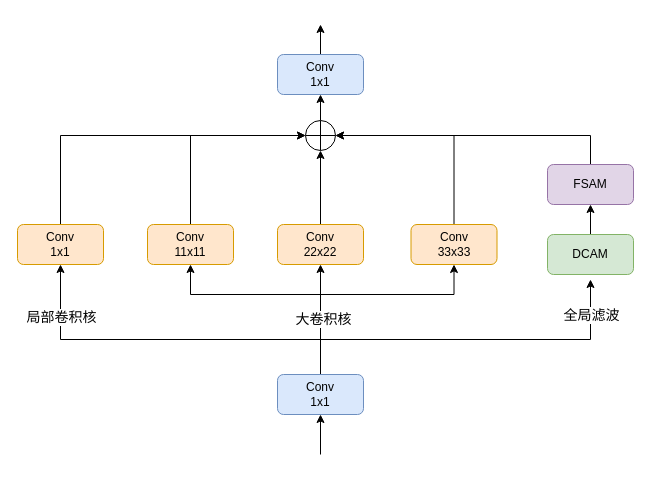
This is omni.drawio from ThrowYouARem/d2l-zh, a draw.io file, before an edit. Source tidied: cells renumbered, new cells numbered last; positions are measured from the earlier drawing's top-left corner, leaving out a move shared by most shapes. Both pictures are drawn from the tidied source at 100%, with x=0, y=0 at pixel (17, 24).
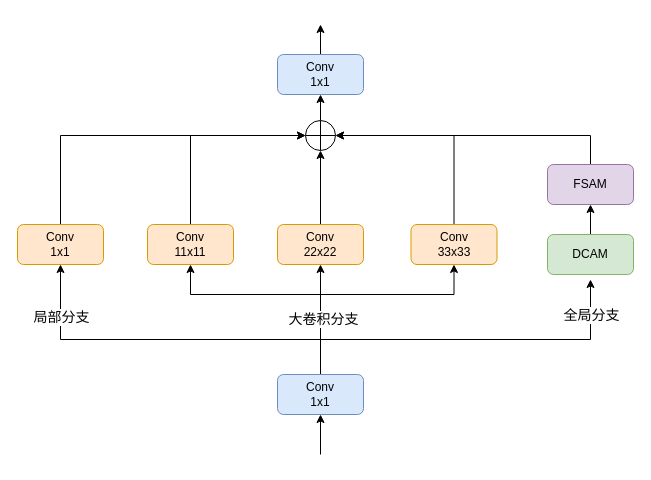
Above is the later version.

Unchanged cells that the change refers to:
```xml
<mxCell id="16" style="edgeStyle=orthogonalEdgeStyle;rounded=0;jettySize=auto;html=1;exitX=0.5;exitY=0;exitDx=0;exitDy=0;entryX=0.5;entryY=1;entryDx=0;entryDy=0;" parent="1" edge="1" source="22" target="9">
  <mxGeometry relative="1" as="geometry">
    <Array as="points">
      <mxPoint x="303" y="270" />
      <mxPoint x="437" y="270" />
    </Array>
  </mxGeometry>
</mxCell>
<mxCell id="18" style="edgeStyle=orthogonalEdgeStyle;rounded=0;orthogonalLoop=1;jettySize=auto;html=1;exitX=0.5;exitY=0;exitDx=0;exitDy=0;entryX=0.5;entryY=1;entryDx=0;entryDy=0;" parent="1" edge="1">
  <mxGeometry relative="1" as="geometry">
    <mxPoint x="303" y="355" as="sourcePoint" />
    <mxPoint x="573" y="255" as="targetPoint" />
    <Array as="points">
      <mxPoint x="303" y="315" />
      <mxPoint x="573" y="315" />
    </Array>
  </mxGeometry>
</mxCell>
<mxCell id="20" style="edgeStyle=orthogonalEdgeStyle;rounded=0;jettySize=auto;html=1;exitX=0.5;exitY=0;exitDx=0;exitDy=0;entryX=0.5;entryY=1;entryDx=0;entryDy=0;" parent="1" edge="1" target="3">
  <mxGeometry relative="1" as="geometry">
    <mxPoint x="303" y="355" as="sourcePoint" />
    <Array as="points">
      <mxPoint x="303" y="315" />
      <mxPoint x="43" y="315" />
    </Array>
  </mxGeometry>
</mxCell>
```

What changed in the source:
```diff
@@
-    <mxCell id="17" value="&lt;font style=&quot;font-size: 14px;&quot;&gt;大卷积核&lt;/font&gt;" style="edgeLabel;html=1;align=center;verticalAlign=middle;" parent="16" vertex="1">
+    <mxCell id="17" value="&lt;font style=&quot;font-size: 14px;&quot;&gt;大卷积分支&lt;/font&gt;" style="edgeLabel;html=1;align=center;verticalAlign=middle;" parent="16" vertex="1">
       <mxGeometry x="-0.54" y="-2" relative="1" as="geometry" />
     </mxCell>
@@
-    <mxCell id="19" value="&lt;font style=&quot;font-size: 14px;&quot;&gt;全局滤波&lt;/font&gt;" style="edgeLabel;html=1;align=center;verticalAlign=middle;" parent="18" vertex="1">
+    <mxCell id="19" value="&lt;font style=&quot;font-size: 14px;&quot;&gt;全局分支&lt;/font&gt;" style="edgeLabel;html=1;align=center;verticalAlign=middle;" parent="18" vertex="1">
       <mxGeometry x="0.9" y="-2" relative="1" as="geometry">
         <mxPoint x="-2" y="17" as="offset" />
       </mxGeometry>
     </mxCell>
@@
-    <mxCell id="21" value="&lt;font style=&quot;font-size: 14px;&quot;&gt;局部卷积核&lt;/font&gt;" style="edgeLabel;html=1;align=center;verticalAlign=middle;" parent="20" vertex="1">
+    <mxCell id="21" value="&lt;font style=&quot;font-size: 14px;&quot;&gt;局部分支&lt;/font&gt;" style="edgeLabel;html=1;align=center;verticalAlign=middle;" parent="20" vertex="1">
       <mxGeometry x="0.72" relative="1" as="geometry" />
     </mxCell>
```
